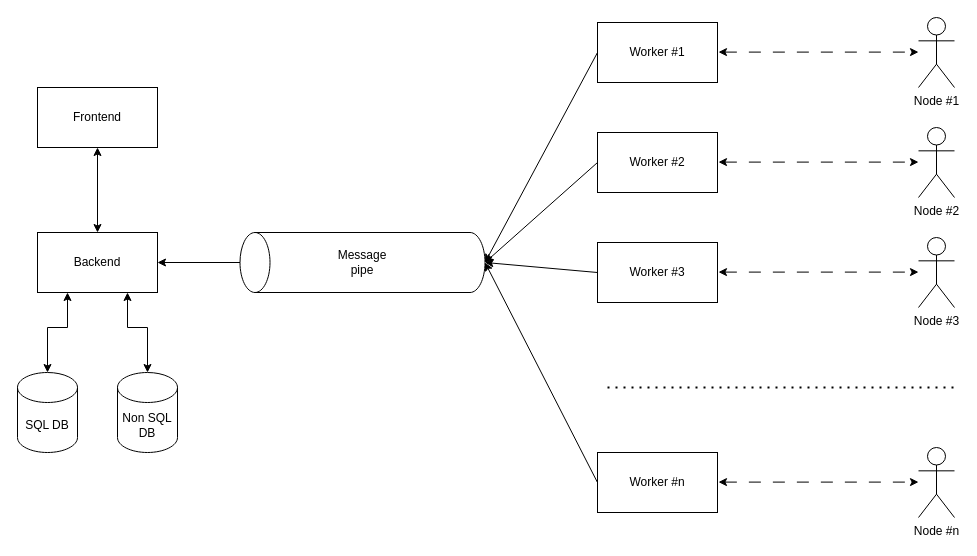
Above: utils/architecture/editables/arhi.drawio in war1u5/Misha (draw.io), before the change. Source tidied: cells renumbered, new cells numbered last; positions are measured from the earlier drawing's top-left corner, leaving out a move shared by most shapes. Both pictures are drawn from the tidied source at 100%, with x=0, y=0 at pixel (17, 17).
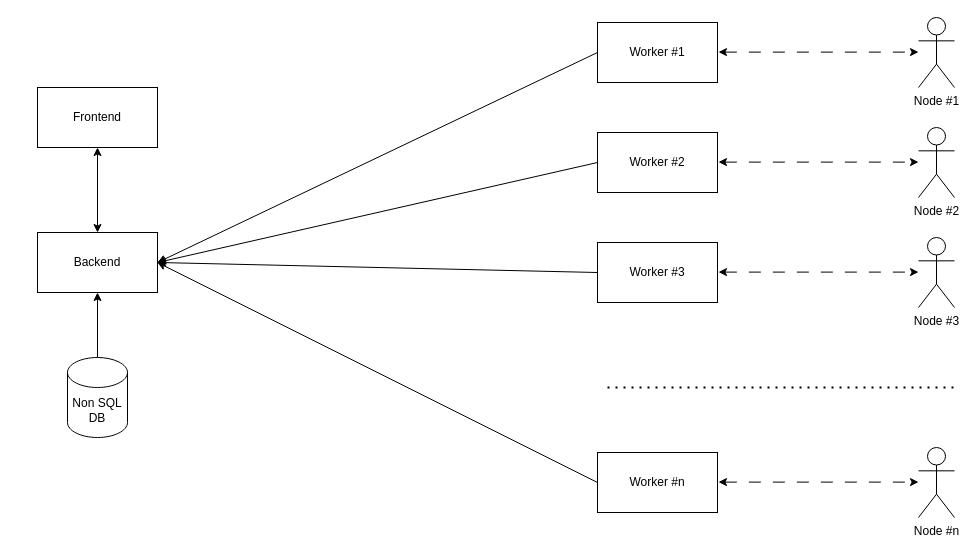
The same diagram, later.

The change refers to these unchanged cells:
```xml
<mxCell id="11" value="Worker #1" style="rounded=0;whiteSpace=wrap;html=1;" parent="1" vertex="1">
  <mxGeometry x="580" y="5" width="120" height="60" as="geometry" />
</mxCell>
<mxCell id="12" value="Worker #2" style="rounded=0;whiteSpace=wrap;html=1;" parent="1" vertex="1">
  <mxGeometry x="580" y="115" width="120" height="60" as="geometry" />
</mxCell>
<mxCell id="13" value="Worker #3" style="rounded=0;whiteSpace=wrap;html=1;" parent="1" vertex="1">
  <mxGeometry x="580" y="225" width="120" height="60" as="geometry" />
</mxCell>
<mxCell id="14" value="Worker #n" style="rounded=0;whiteSpace=wrap;html=1;" parent="1" vertex="1">
  <mxGeometry x="580" y="435" width="120" height="60" as="geometry" />
</mxCell>
<mxCell id="22" value="Backend" style="rounded=0;whiteSpace=wrap;html=1;" parent="1" vertex="1">
  <mxGeometry x="20" y="215" width="120" height="60" as="geometry" />
</mxCell>
```

Diff of the diagram source:
```diff
@@
-    <mxCell id="15" style="endArrow=classic;html=1;rounded=0;exitX=0;exitY=0.5;exitDx=0;exitDy=0;entryX=0.5;entryY=1;entryDx=0;entryDy=0;entryPerimeter=0;" parent="1" edge="1" source="11" target="20">
+    <mxCell id="15" style="endArrow=classic;html=1;rounded=0;exitX=0;exitY=0.5;exitDx=0;exitDy=0;entryX=1;entryY=0.5;entryDx=0;entryDy=0;" parent="1" edge="1" source="11" target="22">
       <mxGeometry relative="1" as="geometry" />
     </mxCell>
-    <mxCell id="16" style="endArrow=classic;html=1;rounded=0;exitX=0;exitY=0.5;exitDx=0;exitDy=0;entryX=0.5;entryY=1;entryDx=0;entryDy=0;entryPerimeter=0;" parent="1" edge="1" source="12" target="20">
+    <mxCell id="16" style="endArrow=classic;html=1;rounded=0;exitX=0;exitY=0.5;exitDx=0;exitDy=0;entryX=1;entryY=0.5;entryDx=0;entryDy=0;" parent="1" edge="1" source="12" target="22">
       <mxGeometry relative="1" as="geometry" />
     </mxCell>
-    <mxCell id="17" style="endArrow=classic;html=1;rounded=0;exitX=0;exitY=0.5;exitDx=0;exitDy=0;entryX=0.5;entryY=1;entryDx=0;entryDy=0;entryPerimeter=0;" parent="1" edge="1" source="13" target="20">
+    <mxCell id="17" style="endArrow=classic;html=1;rounded=0;exitX=0;exitY=0.5;exitDx=0;exitDy=0;entryX=1;entryY=0.5;entryDx=0;entryDy=0;" parent="1" edge="1" source="13" target="22">
       <mxGeometry relative="1" as="geometry" />
     </mxCell>
-    <mxCell id="18" style="endArrow=classic;html=1;rounded=0;exitX=0;exitY=0.5;exitDx=0;exitDy=0;entryX=0.5;entryY=1;entryDx=0;entryDy=0;entryPerimeter=0;" parent="1" edge="1" source="14" target="20">
+    <mxCell id="18" style="endArrow=classic;html=1;rounded=0;exitX=0;exitY=0.5;exitDx=0;exitDy=0;entryX=1;entryY=0.5;entryDx=0;entryDy=0;" parent="1" edge="1" source="14" target="22">
       <mxGeometry relative="1" as="geometry" />
     </mxCell>
-    <mxCell id="19" style="group;" parent="1" vertex="1">
-      <mxGeometry x="240" y="210" width="210" height="70" as="geometry" />
-    </mxCell>
-    <mxCell id="20" style="shape=cylinder3;whiteSpace=wrap;html=1;boundedLbl=1;backgroundOutline=1;size=15;rotation=-90;" parent="19" vertex="1">
-      <mxGeometry x="75" y="-87.5" width="60" height="245" as="geometry" />
-    </mxCell>
-    <mxCell id="21" value="Message pipe" style="text;html=1;strokeColor=none;fillColor=none;align=center;verticalAlign=middle;whiteSpace=wrap;rounded=0;" parent="19" vertex="1">
-      <mxGeometry x="75" y="17.5" width="60" height="35" as="geometry" />
-    </mxCell>
@@
-    <mxCell id="23" style="endArrow=classic;html=1;rounded=0;exitX=0.5;exitY=0;exitDx=0;exitDy=0;exitPerimeter=0;entryX=1;entryY=0.5;entryDx=0;entryDy=0;" parent="1" edge="1" source="20" target="22">
-      <mxGeometry relative="1" as="geometry" />
-    </mxCell>
+    <mxCell id="27" style="edgeStyle=orthogonalEdgeStyle;rounded=0;jettySize=auto;html=1;" parent="1" edge="1" source="24" target="22">
+      <mxGeometry relative="1" as="geometry" />
+    </mxCell>
     <mxCell id="24" value="Non SQL DB" style="shape=cylinder3;whiteSpace=wrap;html=1;boundedLbl=1;backgroundOutline=1;size=15;" parent="1" vertex="1">
-      <mxGeometry x="100" y="355" width="60" height="80" as="geometry" />
+      <mxGeometry x="50" y="340" width="60" height="80" as="geometry" />
     </mxCell>
@@
-    <mxCell id="27" style="endArrow=classic;startArrow=classic;html=1;rounded=0;entryX=0.75;entryY=1;entryDx=0;entryDy=0;exitX=0.5;exitY=0;exitDx=0;exitDy=0;exitPerimeter=0;" parent="1" edge="1" source="24" target="22">
-      <mxGeometry relative="1" as="geometry">
-        <Array as="points">
-          <mxPoint x="130" y="310" />
-          <mxPoint x="110" y="310" />
-        </Array>
-      </mxGeometry>
-    </mxCell>
-    <mxCell id="28" value="SQL DB" style="shape=cylinder3;whiteSpace=wrap;html=1;boundedLbl=1;backgroundOutline=1;size=15;" parent="1" vertex="1">
-      <mxGeometry y="355" width="60" height="80" as="geometry" />
-    </mxCell>
-    <mxCell id="29" style="endArrow=classic;startArrow=classic;html=1;rounded=0;entryX=0.25;entryY=1;entryDx=0;entryDy=0;exitX=0.5;exitY=0;exitDx=0;exitDy=0;exitPerimeter=0;" parent="1" edge="1" source="28" target="22">
-      <mxGeometry relative="1" as="geometry">
-        <Array as="points">
-          <mxPoint x="30" y="310" />
-          <mxPoint x="50" y="310" />
-        </Array>
-      </mxGeometry>
-    </mxCell>
```
